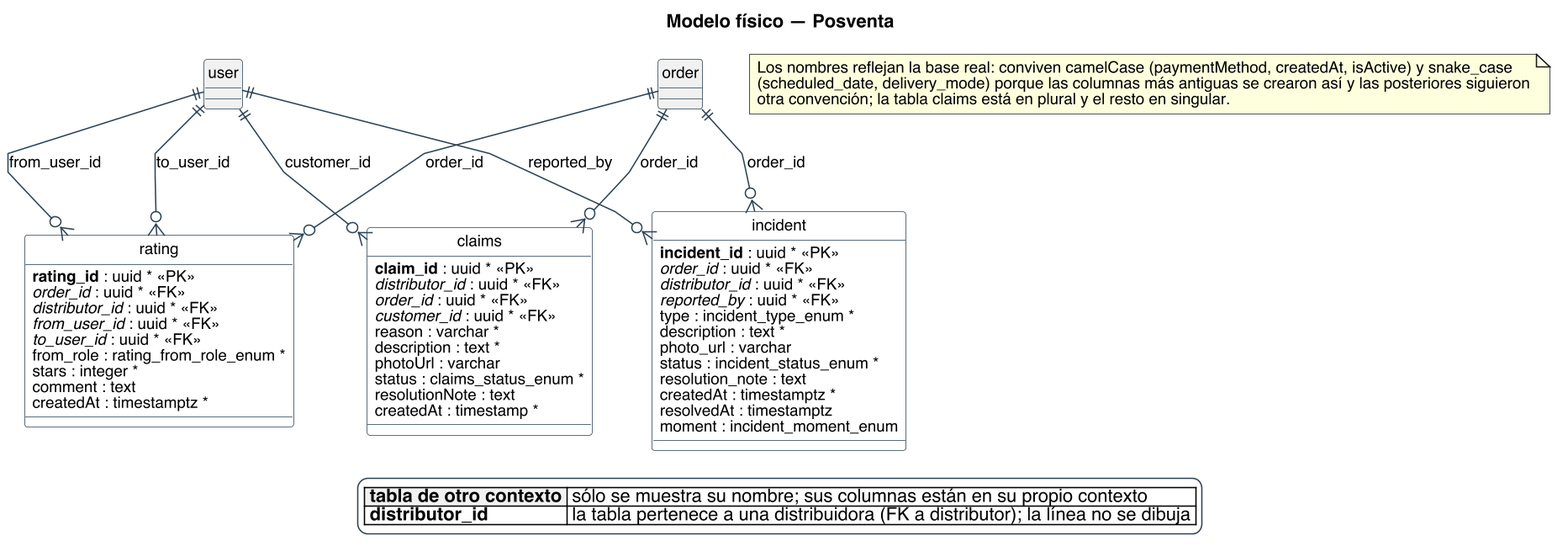
Earlier version of the PlantUML export diagramas/base-de-datos/fisico/SPLG-fisico-08-posventa.png (Nahuelito-Dev/splg-docs).
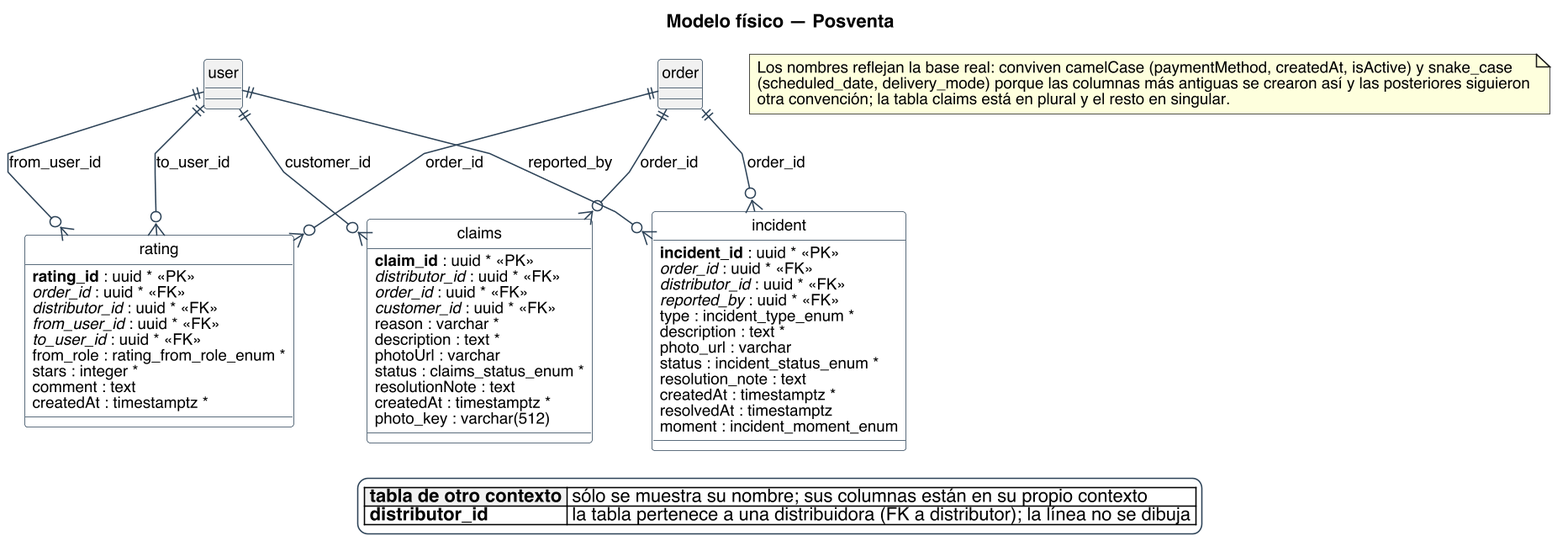
After the change.

Change to the diagram source:
```diff
@@ -20,6 +20,10 @@
   BorderColor #1F5E8C
   BackgroundColor #E4EDF4
 }
+skinparam entity<<propuesto>> {
+  BorderColor #1F5E8C
+  BackgroundColor #E4EDF4
+}
 skinparam legendBackgroundColor #FFFFFF
 skinparam legendBorderColor #2C4257
 
@@ -36,7 +40,8 @@
   {field} photoUrl : varchar
   {field} status : claims_status_enum *
   {field} resolutionNote : text
-  {field} createdAt : timestamp *
+  {field} createdAt : timestamptz *
+  {field} photo_key : varchar(512)
 }
 entity "incident" as e_incident {
   {field} **incident_id** : uuid * <<PK>>
```
